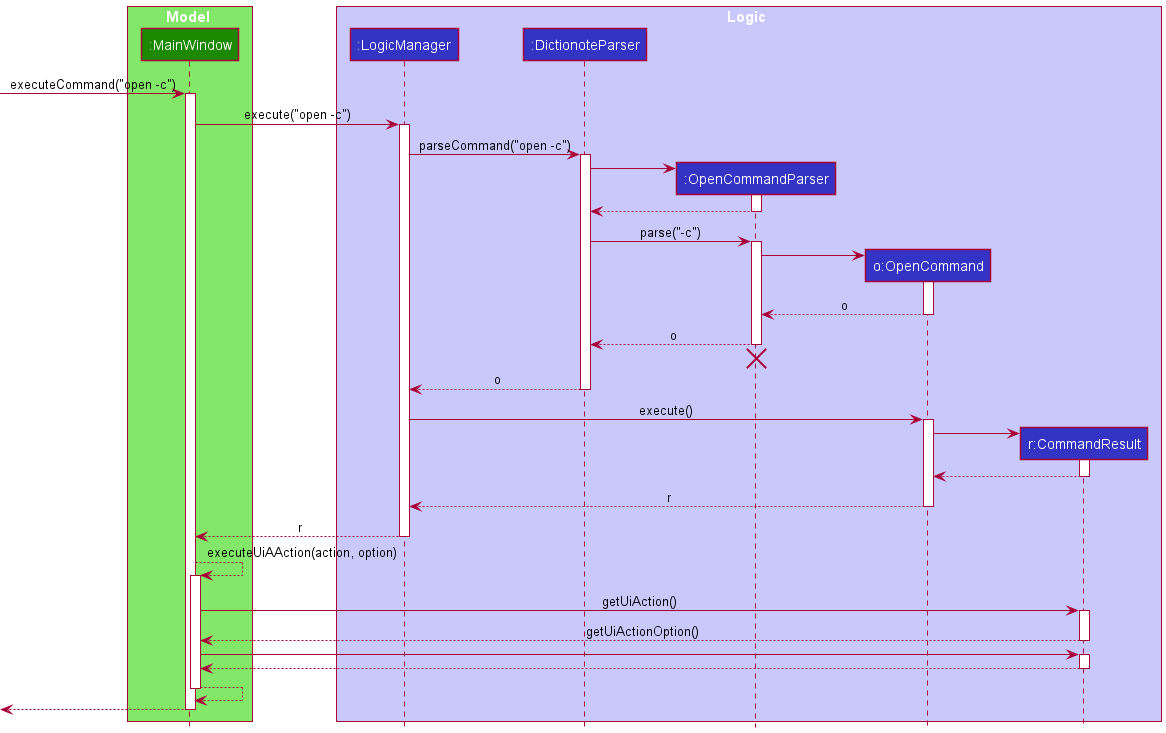
Earlier version of the PlantUML export docs/images/OpenCommandSequenceDiagram.png (nus-cs2103-AY2021S2/tp).
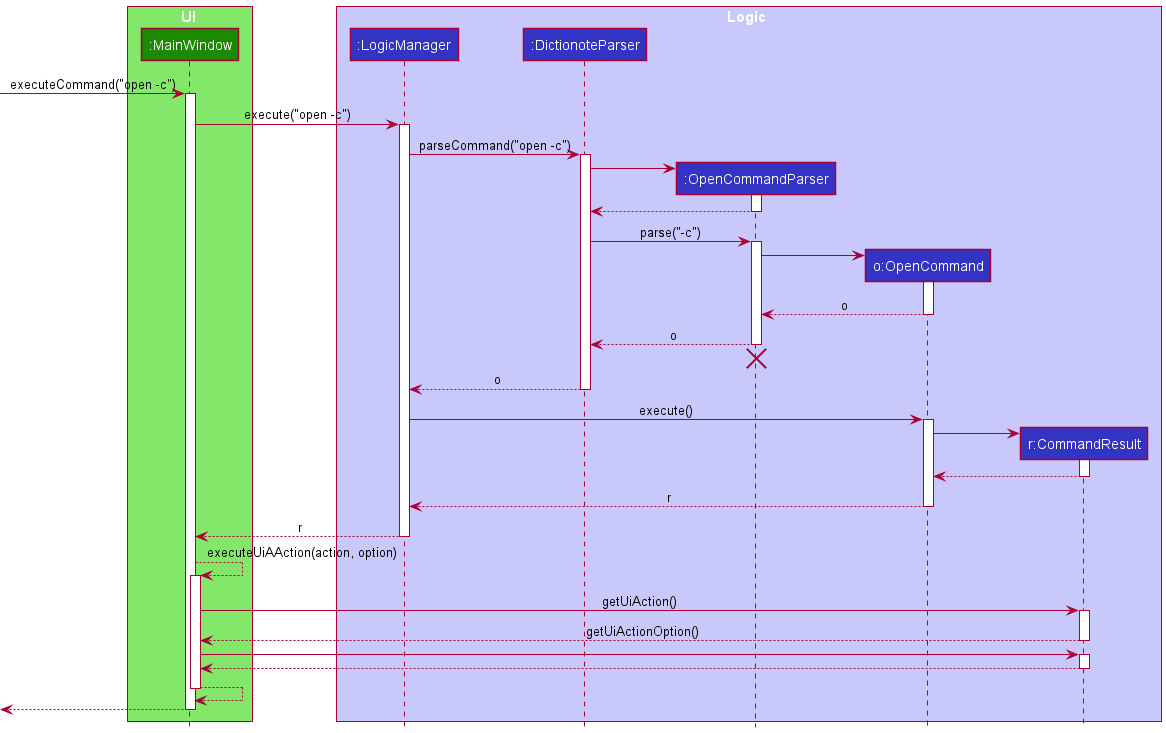
Later version of the same file.

Commit message:
Fix naming error

What changed in the source:
```diff
@@ -1,7 +1,7 @@
 @startuml
 !include style.puml
 
-box Model UI_COLOR_T1
+box UI UI_COLOR_T1
 participant ":MainWindow" as MainWindow UI_COLOR
 end box
 
```
